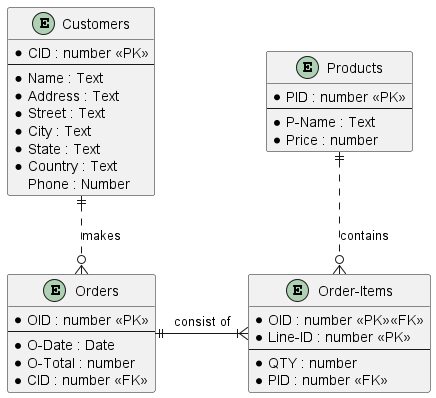
Before: images/ER-diagram.png, a diagram exported from PlantUML (TuomasLattila/Data-Intensive-Systems-Assignment-3). Source of this version:
```plantuml
@startuml ER-diagram

entity "Customers" as C {
    * CID : number <<PK>>
    --
    * Name : Text
    * Address : Text
    * Street : Text
    * City : Text
    * State : Text
    * Country : Text
    Phone : Number
}

entity "Orders" as O {
    *OID : number <<PK>>
    --
    * O-Date : Date
    * O-Total : number
    * CID : number <<FK>>
}

entity "Order-Items" as OI {
    * OID : number <<PK>><<FK>>
    * Line-ID : number <<PK>>
    --
    * QTY : number
    * PID : number <<FK>>
}

entity "Products" as P {
    * PID : number <<PK>>
    --
    * P-Name : Text
    * Price : number
}



C ||..o{ O : makes
O ||-r-|{ OI : consist of
OI }o.u.|| P : contains

@enduml
```
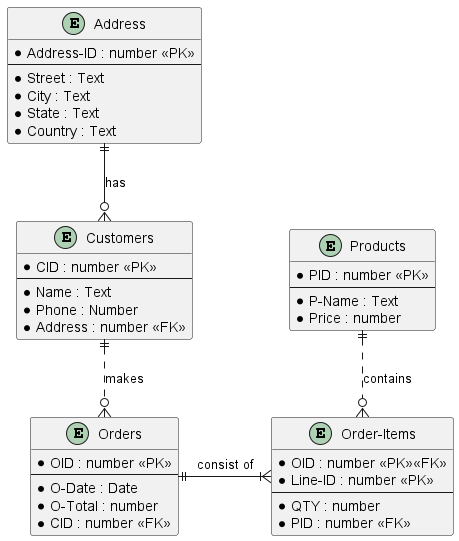
The same file after the commit.

Commit message:
updated er, wide-column schemas

Change to the diagram source:
```diff
@@ -4,12 +4,17 @@
     * CID : number <<PK>>
     --
     * Name : Text
-    * Address : Text
+    * Phone : Number
+    * Address : number <<FK>>
+}
+
+entity "Address" as A {
+    * Address-ID : number <<PK>>
+    --
     * Street : Text
     * City : Text
     * State : Text
     * Country : Text
-    Phone : Number
 }
 
 entity "Orders" as O {
@@ -37,6 +42,7 @@
 
 
 
+A ||--o{ C : has
 C ||..o{ O : makes
 O ||-r-|{ OI : consist of
 OI }o.u.|| P : contains
```
